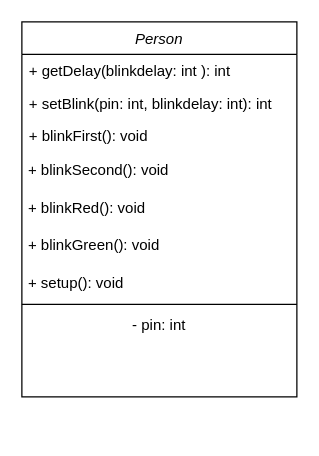
Earlier version of the draw.io diagram classdiagram.drawio (OnlywhatIlove/new-repo). Source tidied: cells renumbered, new cells numbered last; positions are measured from the earlier drawing's top-left corner, leaving out a move shared by most shapes. Both pictures are drawn from the tidied source at 125%, with x=0, y=0 at pixel (21, 21).
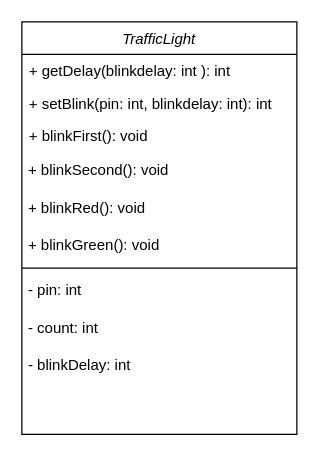
Above is the later version.

Change to the diagram source:
```diff
@@
 <mxGraphModel>
   <root>
     <mxCell id="0" />
     <mxCell id="1" parent="0" />
-    <mxCell id="2" value="Person" style="swimlane;fontStyle=2;align=center;verticalAlign=top;horizontal=1;startSize=26;rounded=0;shadow=0;strokeWidth=1;" parent="1" vertex="1">
-      <mxGeometry width="220" height="300" as="geometry" />
+    <mxCell id="2" value="TrafficLight" style="swimlane;fontStyle=2;align=center;verticalAlign=top;horizontal=1;startSize=26;rounded=0;shadow=0;strokeWidth=1;" parent="1" vertex="1">
+      <mxGeometry width="220" height="330" as="geometry" />
     </mxCell>
     <mxCell id="3" value="+ getDelay(blinkdelay: int ): int" style="text;align=left;verticalAlign=top;spacingLeft=4;spacingRight=4;overflow=hidden;" parent="2" vertex="1">
       <mxGeometry y="26" width="220" height="26" as="geometry" />
     </mxCell>
     <mxCell id="4" value="+ setBlink(pin: int, blinkdelay: int): int" style="text;align=left;verticalAlign=top;spacingLeft=4;spacingRight=4;overflow=hidden;rounded=0;shadow=0;html=0;" parent="2" vertex="1">
       <mxGeometry y="52" width="220" height="26" as="geometry" />
     </mxCell>
     <mxCell id="5" value="+ blinkFirst(): void" style="text;align=left;verticalAlign=top;spacingLeft=4;spacingRight=4;overflow=hidden;rounded=0;shadow=0;html=0;" parent="2" vertex="1">
       <mxGeometry y="78" width="220" height="26" as="geometry" />
     </mxCell>
     <mxCell id="6" value="&amp;nbsp;+ blinkSecond(): void" style="text;html=1;align=left;verticalAlign=middle;strokeColor=none;fillColor=none;" parent="2" vertex="1">
       <mxGeometry y="104" width="220" height="30" as="geometry" />
     </mxCell>
     <mxCell id="7" value="&amp;nbsp;+ blinkRed(): void" style="text;html=1;align=left;verticalAlign=middle;whiteSpace=wrap;rounded=0;" parent="2" vertex="1">
       <mxGeometry y="134" width="220" height="30" as="geometry" />
     </mxCell>
     <mxCell id="8" value="&amp;nbsp;+ blinkGreen(): void" style="text;html=1;align=left;verticalAlign=middle;whiteSpace=wrap;rounded=0;" parent="2" vertex="1">
       <mxGeometry y="164" width="220" height="30" as="geometry" />
     </mxCell>
-    <mxCell id="9" value="&amp;nbsp;+ setup(): void" style="text;html=1;align=left;verticalAlign=middle;whiteSpace=wrap;rounded=0;" parent="2" vertex="1">
-      <mxGeometry y="194" width="220" height="30" as="geometry" />
-    </mxCell>
     <mxCell id="10" style="line;html=1;strokeWidth=1;align=left;verticalAlign=middle;spacingTop=-1;spacingLeft=3;spacingRight=3;labelPosition=right;" parent="2" vertex="1">
-      <mxGeometry y="224" width="220" height="4" as="geometry" />
+      <mxGeometry y="194" width="220" height="6" as="geometry" />
     </mxCell>
-    <mxCell id="11" value="- pin: int" style="text;html=1;align=center;verticalAlign=middle;whiteSpace=wrap;rounded=0;" parent="2" vertex="1">
-      <mxGeometry y="228" width="220" height="30" as="geometry" />
+    <mxCell id="11" value="&amp;nbsp;- pin: int" style="text;html=1;align=left;verticalAlign=middle;whiteSpace=wrap;rounded=0;" parent="2" vertex="1">
+      <mxGeometry y="200" width="220" height="30" as="geometry" />
     </mxCell>
+    <mxCell id="12" value="&amp;nbsp;- count: int" style="text;html=1;align=left;verticalAlign=middle;whiteSpace=wrap;rounded=0;" parent="2" vertex="1">
+      <mxGeometry y="230" width="220" height="30" as="geometry" />
+    </mxCell>
+    <mxCell id="13" value="&amp;nbsp;- blinkDelay: int" style="text;html=1;align=left;verticalAlign=middle;whiteSpace=wrap;rounded=0;" parent="2" vertex="1">
+      <mxGeometry y="260" width="220" height="30" as="geometry" />
+    </mxCell>
   </root>
 </mxGraphModel>
```
